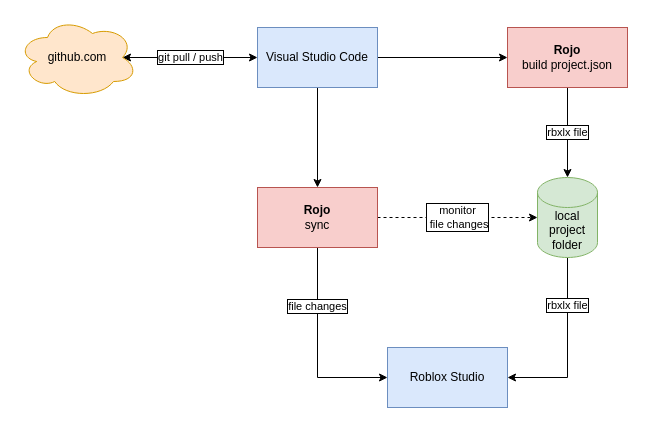
Above: RobloxDevEnvironment.drawio in joe-rocks/roblox-dev-environment (draw.io), before the change. Source tidied: cells renumbered, new cells numbered last; positions are measured from the earlier drawing's top-left corner, leaving out a move shared by most shapes. Both pictures are drawn from the tidied source at 100%, with x=0, y=0 at pixel (17, 17).
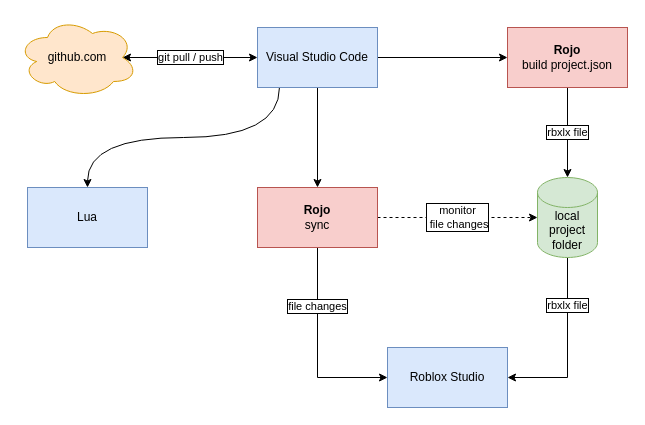
The same page after the edit.

The edit, as a diff of the source:
```diff
@@
 <mxGraphModel>
   <root>
     <mxCell id="0" />
     <mxCell id="1" parent="0" />
     <mxCell id="2" style="edgeStyle=orthogonalEdgeStyle;rounded=0;jettySize=auto;html=1;" parent="1" edge="1" source="4" target="8">
       <mxGeometry relative="1" as="geometry" />
     </mxCell>
     <mxCell id="3" style="edgeStyle=orthogonalEdgeStyle;rounded=0;jettySize=auto;html=1;startArrow=none;startFill=0;" parent="1" edge="1" source="4" target="14">
       <mxGeometry relative="1" as="geometry" />
     </mxCell>
+    <mxCell id="15" style="edgeStyle=orthogonalEdgeStyle;jettySize=auto;html=1;exitX=0.183;exitY=1;exitDx=0;exitDy=0;curved=1;exitPerimeter=0;" parent="1" edge="1" source="4" target="16">
+      <mxGeometry relative="1" as="geometry" />
+    </mxCell>
     <mxCell id="4" value="Visual Studio Code" style="rounded=0;whiteSpace=wrap;html=1;fillColor=#dae8fc;strokeColor=#6c8ebf;" parent="1" vertex="1">
       <mxGeometry x="240" y="10" width="120" height="60" as="geometry" />
     </mxCell>
     <mxCell id="5" value="git pull / push" style="edgeStyle=orthogonalEdgeStyle;rounded=0;jettySize=auto;html=1;exitX=0.875;exitY=0.5;exitDx=0;exitDy=0;exitPerimeter=0;startArrow=classic;startFill=1;labelBorderColor=#000000;" parent="1" edge="1" source="6" target="4">
       <mxGeometry relative="1" as="geometry" />
     </mxCell>
     <mxCell id="6" value="github.com" style="ellipse;shape=cloud;whiteSpace=wrap;html=1;fillColor=#ffe6cc;strokeColor=#d79b00;" parent="1" vertex="1">
       <mxGeometry width="120" height="80" as="geometry" />
     </mxCell>
     <mxCell id="7" value="rbxlx file" style="edgeStyle=orthogonalEdgeStyle;rounded=0;jettySize=auto;html=1;labelBorderColor=#000000;entryX=0.5;entryY=0;entryDx=0;entryDy=0;entryPerimeter=0;" parent="1" edge="1" source="8" target="11">
       <mxGeometry relative="1" as="geometry" />
     </mxCell>
     <mxCell id="8" value="&lt;b&gt;Rojo&lt;/b&gt;&lt;br&gt;build project.json" style="rounded=0;whiteSpace=wrap;html=1;fillColor=#f8cecc;strokeColor=#b85450;" parent="1" vertex="1">
       <mxGeometry x="490" y="10" width="120" height="60" as="geometry" />
     </mxCell>
     <mxCell id="9" value="Roblox Studio" style="rounded=0;whiteSpace=wrap;html=1;fillColor=#dae8fc;strokeColor=#6c8ebf;" parent="1" vertex="1">
       <mxGeometry x="370" y="330" width="120" height="60" as="geometry" />
     </mxCell>
     <mxCell id="10" value="rbxlx file" style="edgeStyle=orthogonalEdgeStyle;rounded=0;jettySize=auto;html=1;startArrow=none;startFill=0;labelBorderColor=#000000;exitX=0.5;exitY=1;exitDx=0;exitDy=0;exitPerimeter=0;entryX=1;entryY=0.5;entryDx=0;entryDy=0;" parent="1" edge="1" source="11" target="9">
       <mxGeometry x="-0.47" relative="1" as="geometry" />
     </mxCell>
     <mxCell id="11" value="local&lt;br&gt;project&lt;br&gt;folder" style="shape=cylinder3;whiteSpace=wrap;html=1;boundedLbl=1;backgroundOutline=1;size=15;fillColor=#d5e8d4;strokeColor=#82b366;" parent="1" vertex="1">
       <mxGeometry x="520" y="160" width="60" height="80" as="geometry" />
     </mxCell>
     <mxCell id="12" value="file changes" style="edgeStyle=orthogonalEdgeStyle;rounded=0;jettySize=auto;html=1;startArrow=none;startFill=0;entryX=0;entryY=0.5;entryDx=0;entryDy=0;exitX=0.5;exitY=1;exitDx=0;exitDy=0;labelBorderColor=#000000;" parent="1" edge="1" source="14" target="9">
       <mxGeometry x="-0.41" relative="1" as="geometry" />
     </mxCell>
     <mxCell id="13" value="monitor&lt;br&gt;&amp;nbsp;file changes" style="edgeStyle=orthogonalEdgeStyle;rounded=0;jettySize=auto;html=1;startArrow=none;startFill=0;labelBorderColor=#000000;dashed=1;" parent="1" edge="1" source="14" target="11">
       <mxGeometry relative="1" as="geometry" />
     </mxCell>
     <mxCell id="14" value="&lt;b&gt;Rojo&lt;/b&gt;&lt;br&gt;sync" style="rounded=0;whiteSpace=wrap;html=1;fillColor=#f8cecc;strokeColor=#b85450;" parent="1" vertex="1">
       <mxGeometry x="240" y="170" width="120" height="60" as="geometry" />
     </mxCell>
+    <mxCell id="16" value="Lua" style="rounded=0;whiteSpace=wrap;html=1;fillColor=#dae8fc;strokeColor=#6c8ebf;" parent="1" vertex="1">
+      <mxGeometry x="10" y="170" width="120" height="60" as="geometry" />
+    </mxCell>
   </root>
 </mxGraphModel>
```
